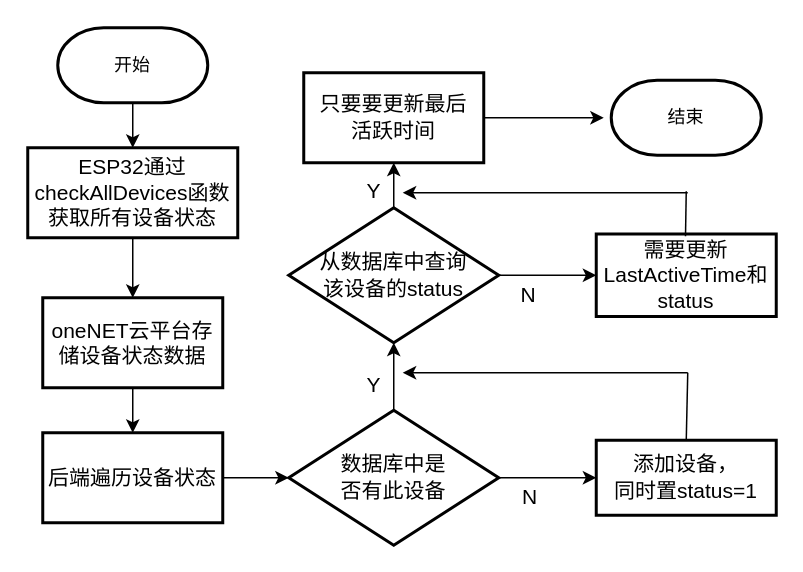
zhangruyi3906/img keeps this draw.io diagram as 设备管理.drawio. Above is the earlier version. Source tidied: cells renumbered, new cells numbered last; positions are measured from the earlier drawing's top-left corner, leaving out a move shared by most shapes. Both pictures are drawn from the tidied source at 150%, with x=0, y=0 at pixel (27, 27).
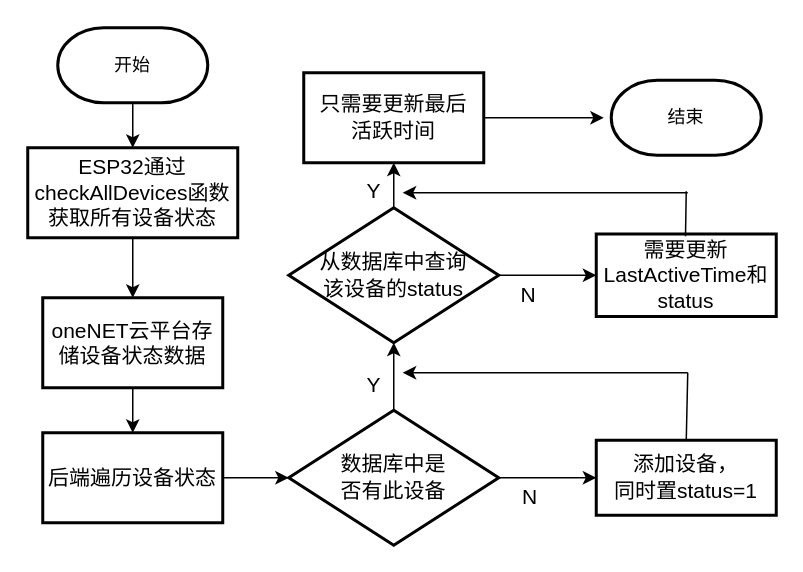
After the change.

Commit message (it also covers changes not shown here):
更新设备管理.drawio

The edit, as a diff of the source:
```diff
@@
-    <mxCell id="17" value="&lt;div style=&quot;line-height: 30%;&quot;&gt;&lt;p class=&quot;MsoNormal&quot;&gt;&lt;span style=&quot;font-size: 10.5pt; line-height: 30%;&quot;&gt;&lt;font face=&quot;Helvetica&quot;&gt;只要要更新最后&lt;/font&gt;&lt;/span&gt;&lt;/p&gt;&lt;p class=&quot;MsoNormal&quot;&gt;&lt;span style=&quot;font-size: 10.5pt; line-height: 30%;&quot;&gt;&lt;font face=&quot;Helvetica&quot;&gt;活跃时间&lt;/font&gt;&lt;/span&gt;&lt;/p&gt;&lt;/div&gt;" style="whiteSpace=wrap;html=1;strokeWidth=2;" parent="1" vertex="1">
+    <mxCell id="17" value="&lt;div style=&quot;line-height: 30%;&quot;&gt;&lt;p class=&quot;MsoNormal&quot;&gt;&lt;span style=&quot;font-size: 10.5pt; line-height: 30%;&quot;&gt;&lt;font face=&quot;Helvetica&quot;&gt;只需要更新最后&lt;/font&gt;&lt;/span&gt;&lt;/p&gt;&lt;p class=&quot;MsoNormal&quot;&gt;&lt;span style=&quot;font-size: 10.5pt; line-height: 30%;&quot;&gt;&lt;font face=&quot;Helvetica&quot;&gt;活跃时间&lt;/font&gt;&lt;/span&gt;&lt;/p&gt;&lt;/div&gt;" style="whiteSpace=wrap;html=1;strokeWidth=2;" parent="1" vertex="1">
       <mxGeometry x="184" y="30" width="120" height="60" as="geometry" />
     </mxCell>
```
